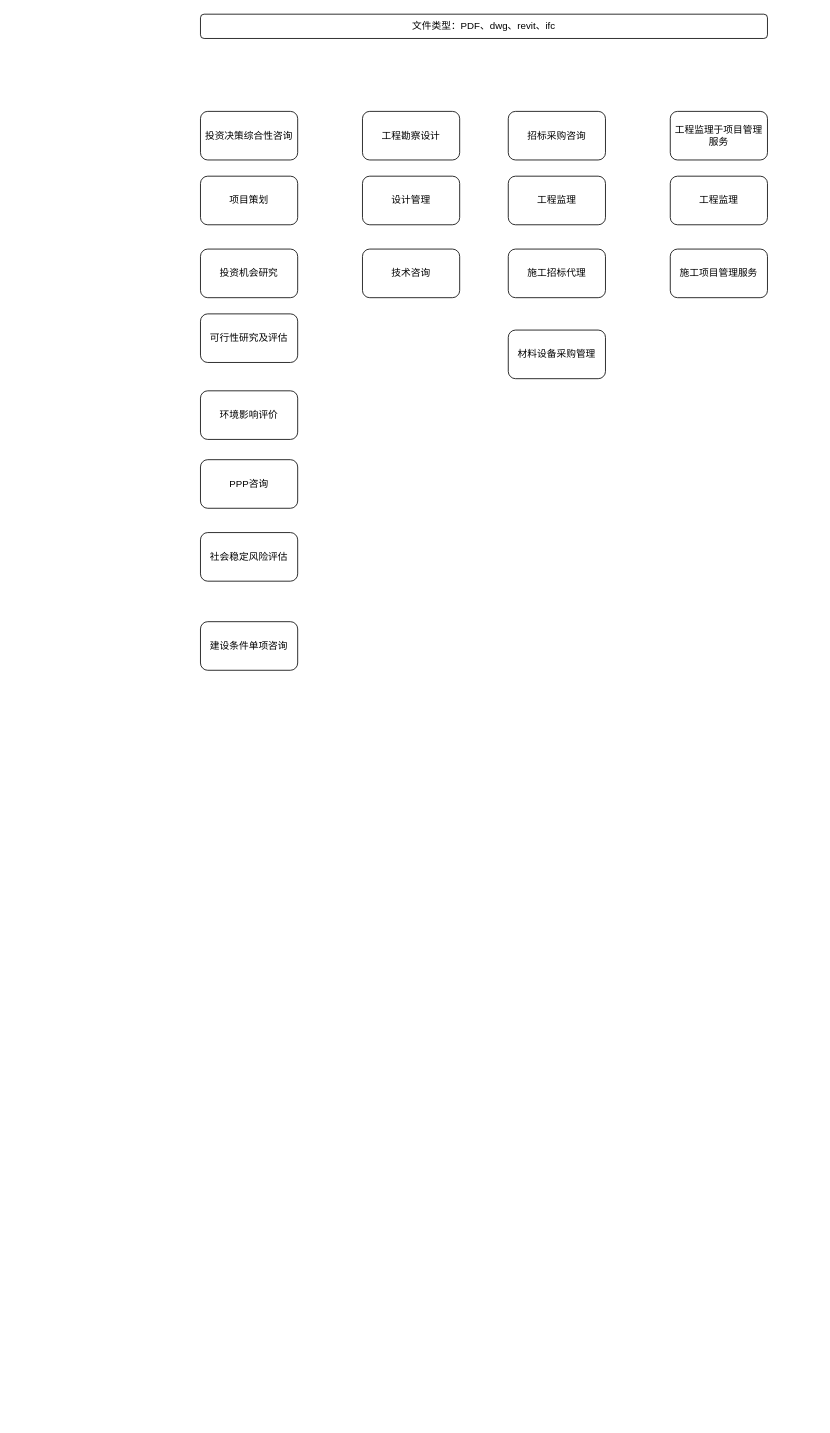
Earlier version of the draw.io diagram 全过程咨询.drawio (gaochaowyq/MinderGraph). Source tidied: cells renumbered, new cells numbered last; positions are measured from the earlier drawing's top-left corner, leaving out a move shared by most shapes. Both pictures are drawn from the tidied source at 81%, with x=0, y=0 at pixel (200, 14).
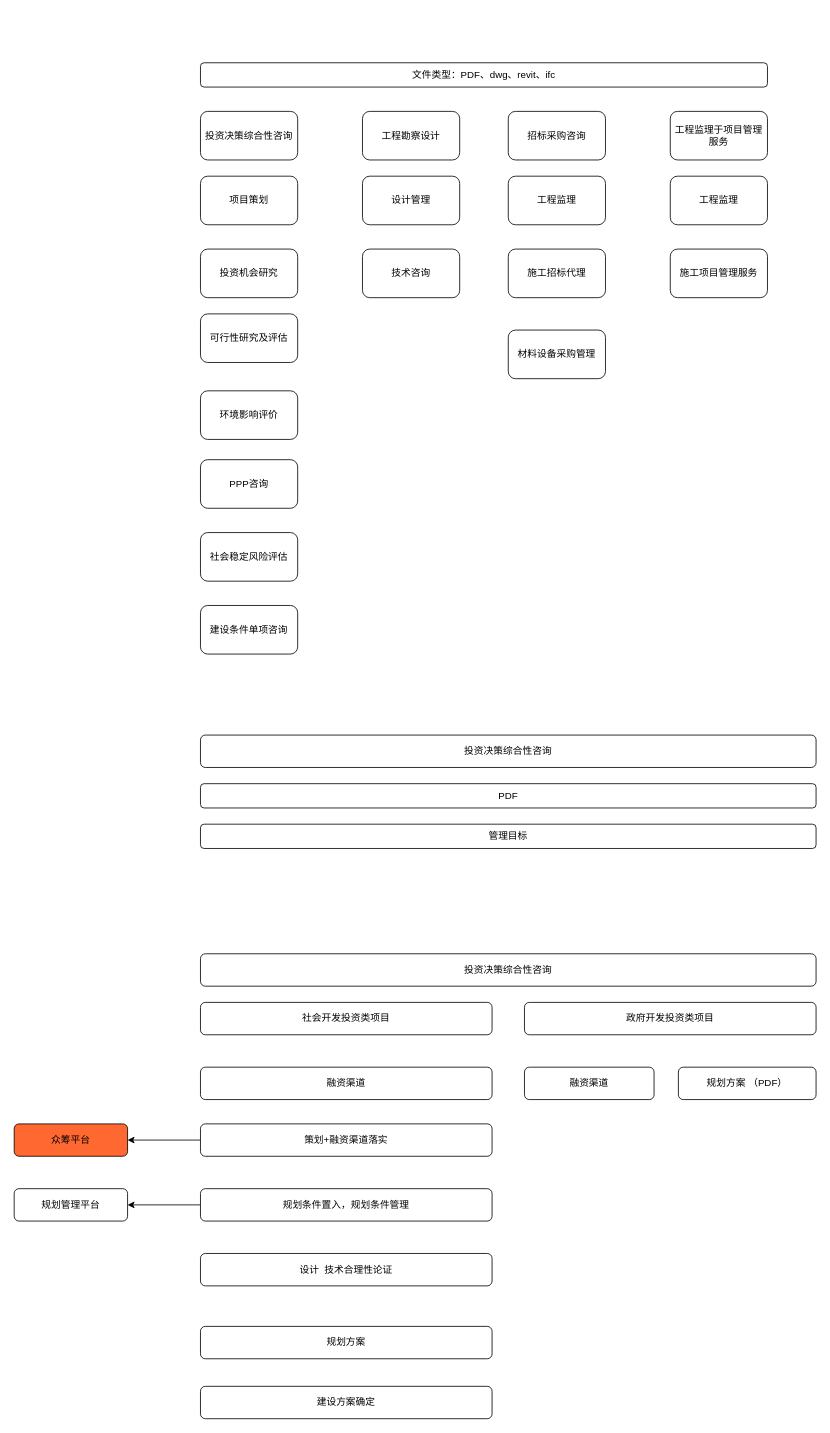
Above is the later version.

Commit message (it also covers changes not shown here):
更新全过程咨询.drawio

What changed in the source:
```diff
@@
     <mxCell id="9" value="建设条件单项咨询" style="rounded=1;whiteSpace=wrap;html=1;" parent="1" vertex="1">
-      <mxGeometry y="750" width="120" height="60" as="geometry" />
+      <mxGeometry y="730" width="120" height="60" as="geometry" />
     </mxCell>
@@
     <mxCell id="20" value="文件类型：PDF、dwg、revit、ifc" style="rounded=1;whiteSpace=wrap;html=1;" parent="1" vertex="1">
-      <mxGeometry width="700" height="30" as="geometry" />
+      <mxGeometry y="60" width="700" height="30" as="geometry" />
     </mxCell>
+    <mxCell id="21" value="投资决策综合性咨询" style="rounded=1;whiteSpace=wrap;html=1;" parent="1" vertex="1">
+      <mxGeometry y="890" width="760" height="40" as="geometry" />
+    </mxCell>
+    <mxCell id="22" value="PDF" style="rounded=1;whiteSpace=wrap;html=1;" parent="1" vertex="1">
+      <mxGeometry y="950" width="760" height="30" as="geometry" />
+    </mxCell>
+    <mxCell id="23" value="管理目标" style="rounded=1;whiteSpace=wrap;html=1;" parent="1" vertex="1">
+      <mxGeometry y="1000" width="760" height="30" as="geometry" />
+    </mxCell>
+    <mxCell id="24" value="投资决策综合性咨询" style="rounded=1;whiteSpace=wrap;html=1;" parent="1" vertex="1">
+      <mxGeometry y="1160" width="760" height="40" as="geometry" />
+    </mxCell>
+    <mxCell id="25" value="社会开发投资类项目" style="rounded=1;whiteSpace=wrap;html=1;" parent="1" vertex="1">
+      <mxGeometry y="1220" width="360" height="40" as="geometry" />
+    </mxCell>
+    <mxCell id="26" value="政府开发投资类项目" style="rounded=1;whiteSpace=wrap;html=1;" parent="1" vertex="1">
+      <mxGeometry x="400" y="1220" width="360" height="40" as="geometry" />
+    </mxCell>
+    <mxCell id="27" value="融资渠道" style="rounded=1;whiteSpace=wrap;html=1;" parent="1" vertex="1">
+      <mxGeometry y="1300" width="360" height="40" as="geometry" />
+    </mxCell>
+    <mxCell id="28" style="edgeStyle=orthogonalEdgeStyle;rounded=0;jettySize=auto;html=1;" parent="1" edge="1" source="29" target="30">
+      <mxGeometry relative="1" as="geometry" />
+    </mxCell>
+    <mxCell id="29" value="策划+融资渠道落实" style="rounded=1;whiteSpace=wrap;html=1;" parent="1" vertex="1">
+      <mxGeometry y="1370" width="360" height="40" as="geometry" />
+    </mxCell>
+    <mxCell id="30" value="众筹平台" style="rounded=1;whiteSpace=wrap;html=1;fillColor=#FF6830;" parent="1" vertex="1">
+      <mxGeometry x="-230" y="1370" width="140" height="40" as="geometry" />
+    </mxCell>
+    <mxCell id="31" style="edgeStyle=orthogonalEdgeStyle;rounded=0;jettySize=auto;html=1;" parent="1" edge="1" source="32" target="34">
+      <mxGeometry relative="1" as="geometry" />
+    </mxCell>
+    <mxCell id="32" value="规划条件置入，规划条件管理" style="rounded=1;whiteSpace=wrap;html=1;" parent="1" vertex="1">
+      <mxGeometry y="1450" width="360" height="40" as="geometry" />
+    </mxCell>
+    <mxCell id="33" value="设计&amp;nbsp; 技术合理性论证" style="rounded=1;whiteSpace=wrap;html=1;" parent="1" vertex="1">
+      <mxGeometry y="1530" width="360" height="40" as="geometry" />
+    </mxCell>
+    <mxCell id="34" value="规划管理平台" style="rounded=1;whiteSpace=wrap;html=1;" parent="1" vertex="1">
+      <mxGeometry x="-230" y="1450" width="140" height="40" as="geometry" />
+    </mxCell>
+    <mxCell id="35" value="规划方案" style="rounded=1;whiteSpace=wrap;html=1;" parent="1" vertex="1">
+      <mxGeometry y="1620" width="360" height="40" as="geometry" />
+    </mxCell>
+    <mxCell id="36" value="建设方案确定" style="rounded=1;whiteSpace=wrap;html=1;" parent="1" vertex="1">
+      <mxGeometry y="1694" width="360" height="40" as="geometry" />
+    </mxCell>
+    <mxCell id="37" value="融资渠道" style="rounded=1;whiteSpace=wrap;html=1;" parent="1" vertex="1">
+      <mxGeometry x="400" y="1300" width="160" height="40" as="geometry" />
+    </mxCell>
+    <mxCell id="38" value="规划方案 （PDF）" style="rounded=1;whiteSpace=wrap;html=1;" parent="1" vertex="1">
+      <mxGeometry x="590" y="1300" width="170" height="40" as="geometry" />
+    </mxCell>
```
